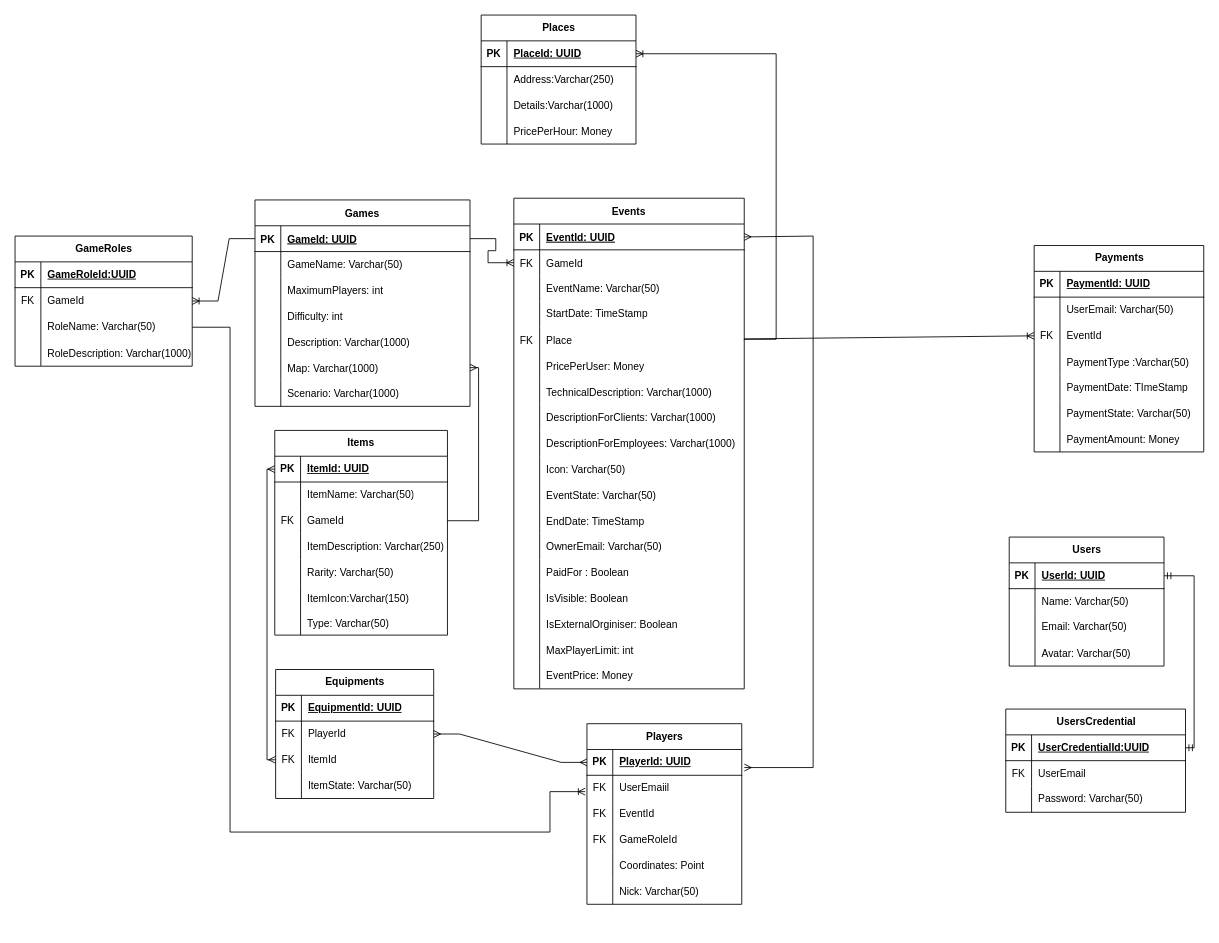
The draw.io diagram diagrams/ERD.drawio in PO-2023Z/larpex-db, before the edit. Source tidied: cells renumbered, new cells numbered last; positions are measured from the earlier drawing's top-left corner, leaving out a move shared by most shapes. Both pictures are drawn from the tidied source at 86%, with x=0, y=0 at pixel (15, 15).
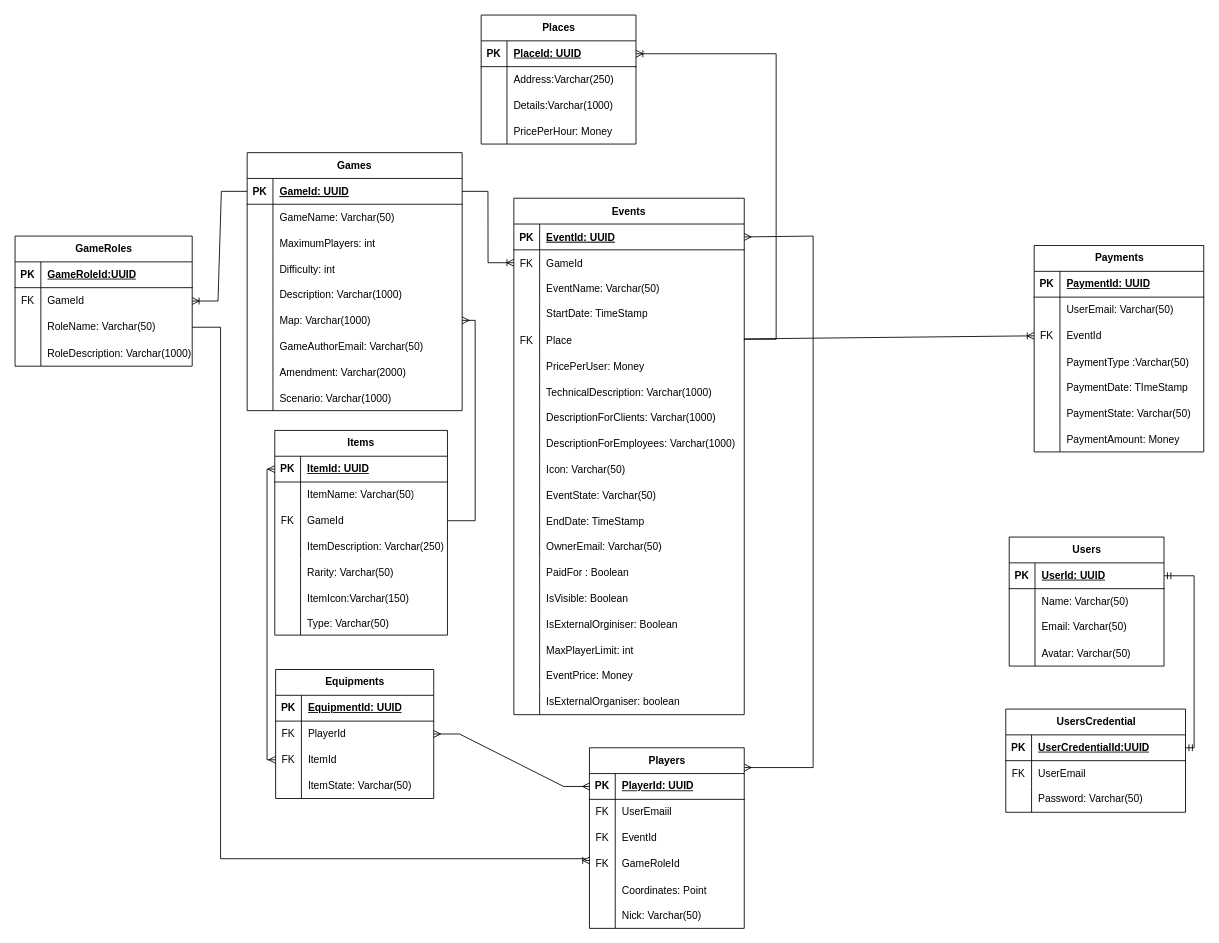
After the change.

The change refers to these unchanged cells:
```xml
<mxCell id="73" style="shape=tableRow;horizontal=0;startSize=0;swimlaneHead=0;swimlaneBody=0;fillColor=none;points=[[0,0.5],[1,0.5]];portConstraint=eastwest;top=0;left=0;right=0;bottom=0;" parent="57" vertex="1">
  <mxGeometry y="180" width="250" height="30" as="geometry" />
</mxCell>
<mxCell id="112" style="shape=tableRow;horizontal=0;startSize=0;swimlaneHead=0;swimlaneBody=0;fillColor=none;points=[[0,0.5],[1,0.5]];portConstraint=eastwest;top=0;left=0;right=0;bottom=0;" parent="105" vertex="1">
  <mxGeometry y="91" width="206" height="30" as="geometry" />
</mxCell>
<mxCell id="128" style="shape=tableRow;horizontal=0;startSize=0;swimlaneHead=0;swimlaneBody=0;fillColor=none;points=[[0,0.5],[1,0.5]];portConstraint=eastwest;top=0;left=0;right=0;bottom=0;" parent="118" vertex="1">
  <mxGeometry y="120" width="180" height="30" as="geometry" />
</mxCell>
<mxCell id="144" style="shape=tableRow;horizontal=0;startSize=0;swimlaneHead=0;swimlaneBody=0;fillColor=none;points=[[0,0.5],[1,0.5]];portConstraint=eastwest;top=0;left=0;right=0;bottom=0;" parent="137" vertex="1">
  <mxGeometry y="90" width="200.8" height="30" as="geometry" />
</mxCell>
```

The edit, as a diff of the source:
```diff
@@
     <mxCell id="2" value="Events" style="shape=table;startSize=30;childLayout=tableLayout;rowLines=0;fontStyle=1;align=center;" parent="1" vertex="1">
-      <mxGeometry x="580" y="213" width="267.9" height="570.5" as="geometry" />
+      <mxGeometry x="580" y="213" width="267.9" height="600.5" as="geometry" />
     </mxCell>
@@
+    <mxCell id="216" style="shape=tableRow;horizontal=0;startSize=0;swimlaneHead=0;swimlaneBody=0;fillColor=none;top=0;left=0;right=0;bottom=0;" parent="2" vertex="1">
+      <mxGeometry y="570" width="267.9" height="30" as="geometry" />
+    </mxCell>
+    <mxCell id="217" style="shape=partialRectangle;fillColor=none;top=0;left=0;bottom=0;right=0;overflow=hidden;" parent="216" vertex="1">
+      <mxGeometry width="30" height="30" as="geometry" />
+    </mxCell>
+    <mxCell id="218" value="IsExternalOrganiser: boolean" style="shape=partialRectangle;fillColor=none;top=0;left=0;bottom=0;right=0;align=left;spacingLeft=6;overflow=hidden;" parent="216" vertex="1">
+      <mxGeometry x="30" width="237.9" height="30" as="geometry" />
+    </mxCell>
     <mxCell id="57" value="Games" style="shape=table;startSize=30;childLayout=tableLayout;rowLines=0;fontStyle=1;align=center;" parent="1" vertex="1">
-      <mxGeometry x="279" y="215" width="250" height="240" as="geometry" />
+      <mxGeometry x="269.9" y="160" width="250" height="300" as="geometry" />
     </mxCell>
@@
+    <mxCell id="219" style="shape=tableRow;horizontal=0;startSize=0;swimlaneHead=0;swimlaneBody=0;fillColor=none;top=0;left=0;right=0;bottom=0;" parent="57" vertex="1">
+      <mxGeometry y="210" width="250" height="30" as="geometry" />
+    </mxCell>
+    <mxCell id="220" style="shape=partialRectangle;fillColor=none;top=0;left=0;bottom=0;right=0;overflow=hidden;" parent="219" vertex="1">
+      <mxGeometry width="30" height="30" as="geometry" />
+    </mxCell>
+    <mxCell id="221" value="GameAuthorEmail: Varchar(50)" style="shape=partialRectangle;fillColor=none;top=0;left=0;bottom=0;right=0;align=left;spacingLeft=6;overflow=hidden;" parent="219" vertex="1">
+      <mxGeometry x="30" width="220" height="30" as="geometry" />
+    </mxCell>
+    <mxCell id="222" style="shape=tableRow;horizontal=0;startSize=0;swimlaneHead=0;swimlaneBody=0;fillColor=none;top=0;left=0;right=0;bottom=0;" parent="57" vertex="1">
+      <mxGeometry y="240" width="250" height="30" as="geometry" />
+    </mxCell>
+    <mxCell id="223" style="shape=partialRectangle;fillColor=none;top=0;left=0;bottom=0;right=0;overflow=hidden;" parent="222" vertex="1">
+      <mxGeometry width="30" height="30" as="geometry" />
+    </mxCell>
+    <mxCell id="224" value="Amendment: Varchar(2000)" style="shape=partialRectangle;fillColor=none;top=0;left=0;bottom=0;right=0;align=left;spacingLeft=6;overflow=hidden;" parent="222" vertex="1">
+      <mxGeometry x="30" width="220" height="30" as="geometry" />
+    </mxCell>
     <mxCell id="76" style="shape=tableRow;horizontal=0;startSize=0;swimlaneHead=0;swimlaneBody=0;fillColor=none;top=0;left=0;right=0;bottom=0;" parent="57" vertex="1">
-      <mxGeometry y="210" width="250" height="30" as="geometry" />
+      <mxGeometry y="270" width="250" height="30" as="geometry" />
     </mxCell>
@@
     <mxCell id="118" value="Players" style="shape=table;startSize=30;childLayout=tableLayout;rowLines=0;fontStyle=1;align=center;html=1;" parent="1" vertex="1">
-      <mxGeometry x="665" y="824" width="180" height="210" as="geometry" />
+      <mxGeometry x="667.9" y="852" width="180" height="210" as="geometry" />
     </mxCell>
@@
     <mxCell id="210" style="edgeStyle=orthogonalEdgeStyle;fontSize=12;html=1;endArrow=ERmany;rounded=0;entryX=1;entryY=0.5;entryDx=0;entryDy=0;exitX=1;exitY=0.5;exitDx=0;exitDy=0;" parent="1" edge="1" source="144" target="73">
-      <mxGeometry relative="1" as="geometry" />
+      <mxGeometry relative="1" as="geometry">
+        <Array as="points">
+          <mxPoint x="535" y="588" />
+          <mxPoint x="535" y="355" />
+        </Array>
+      </mxGeometry>
     </mxCell>
-    <mxCell id="211" style="edgeStyle=orthogonalEdgeStyle;fontSize=12;html=1;endArrow=ERoneToMany;rounded=0;exitX=1;exitY=0.5;exitDx=0;exitDy=0;" parent="1" edge="1" source="112">
+    <mxCell id="211" style="edgeStyle=orthogonalEdgeStyle;fontSize=12;html=1;endArrow=ERoneToMany;rounded=0;exitX=1;exitY=0.5;exitDx=0;exitDy=0;entryX=0.001;entryY=0.367;entryDx=0;entryDy=0;entryPerimeter=0;" parent="1" edge="1" source="112" target="128">
       <mxGeometry relative="1" as="geometry">
-        <mxPoint x="663" y="903" as="targetPoint" />
         <Array as="points">
-          <mxPoint x="250" y="363" />
-          <mxPoint x="250" y="950" />
-          <mxPoint x="622" y="950" />
-          <mxPoint x="622" y="903" />
+          <mxPoint x="239" y="363" />
+          <mxPoint x="239" y="981" />
+          <mxPoint x="663" y="981" />
+          <mxPoint x="663" y="983" />
         </Array>
       </mxGeometry>
     </mxCell>
```
